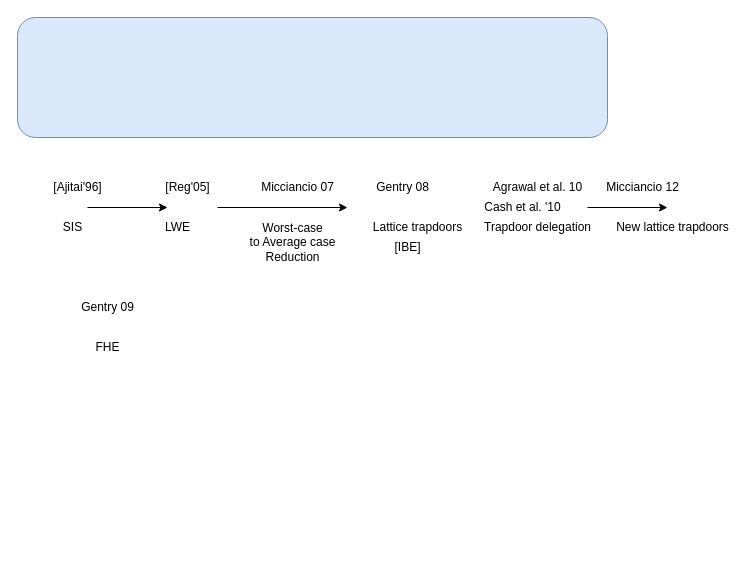
The draw.io diagram Milestone-in-Lattice-based-crypto.drawio in huyle84/diagrams, before the edit. Source tidied: cells renumbered, new cells numbered last; positions are measured from the earlier drawing's top-left corner, leaving out a move shared by most shapes. Both pictures are drawn from the tidied source at 100%, with x=0, y=0 at pixel (17, 17).
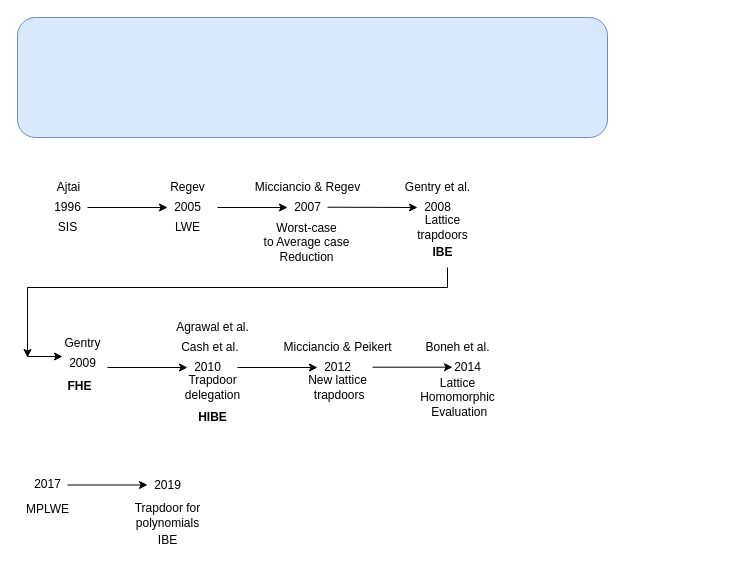
Above is the later version.

Change to the diagram source:
```diff
@@
-    <mxCell id="4" value="[Ajitai'96]" style="text;html=1;align=center;verticalAlign=middle;strokeColor=none;fillColor=none;" parent="1" vertex="1">
-      <mxGeometry x="30" y="160" width="60" height="20" as="geometry" />
+    <mxCell id="4" value="Ajtai" style="text;html=1;align=center;verticalAlign=middle;strokeColor=none;fillColor=none;" parent="1" vertex="1">
+      <mxGeometry x="31" y="160" width="40" height="20" as="geometry" />
     </mxCell>
     <mxCell id="5" value="SIS" style="text;html=1;align=center;verticalAlign=middle;strokeColor=none;fillColor=none;" parent="1" vertex="1">
-      <mxGeometry x="40" y="200" width="30" height="20" as="geometry" />
+      <mxGeometry x="35" y="200" width="30" height="20" as="geometry" />
     </mxCell>
     <mxCell id="6" style="endArrow=classic;html=1;rounded=0;" parent="1" edge="1">
       <mxGeometry relative="1" as="geometry">
         <mxPoint x="200" y="190" as="sourcePoint" />
-        <mxPoint x="330" y="190" as="targetPoint" />
+        <mxPoint x="270" y="190" as="targetPoint" />
       </mxGeometry>
     </mxCell>
-    <mxCell id="7" value="[Reg'05]" style="text;html=1;align=center;verticalAlign=middle;strokeColor=none;fillColor=none;" parent="1" vertex="1">
-      <mxGeometry x="140" y="160" width="60" height="20" as="geometry" />
+    <mxCell id="7" value="Regev" style="text;html=1;align=center;verticalAlign=middle;strokeColor=none;fillColor=none;" parent="1" vertex="1">
+      <mxGeometry x="145" y="160" width="50" height="20" as="geometry" />
     </mxCell>
     <mxCell id="8" value="LWE" style="text;html=1;align=center;verticalAlign=middle;strokeColor=none;fillColor=none;" parent="1" vertex="1">
-      <mxGeometry x="140" y="200" width="40" height="20" as="geometry" />
+      <mxGeometry x="150" y="200" width="40" height="20" as="geometry" />
     </mxCell>
-    <mxCell id="9" value="Gentry 08" style="text;html=1;align=center;verticalAlign=middle;strokeColor=none;fillColor=none;" parent="1" vertex="1">
-      <mxGeometry x="350" y="160" width="70" height="20" as="geometry" />
+    <mxCell id="9" value="Gentry et al." style="text;html=1;align=center;verticalAlign=middle;strokeColor=none;fillColor=none;" parent="1" vertex="1">
+      <mxGeometry x="380" y="160" width="80" height="20" as="geometry" />
     </mxCell>
+    <mxCell id="22" style="edgeStyle=orthogonalEdgeStyle;rounded=0;orthogonalLoop=1;jettySize=auto;html=1;" parent="1" edge="1">
+      <mxGeometry relative="1" as="geometry">
+        <mxPoint x="430" y="250" as="sourcePoint" />
+        <mxPoint x="10" y="340" as="targetPoint" />
+        <Array as="points">
+          <mxPoint x="430" y="270" />
+          <mxPoint x="10" y="270" />
+        </Array>
+      </mxGeometry>
+    </mxCell>
-    <mxCell id="10" value="Lattice trapdoors" style="text;html=1;align=center;verticalAlign=middle;strokeColor=none;fillColor=none;" parent="1" vertex="1">
-      <mxGeometry x="350" y="200" width="100" height="20" as="geometry" />
+    <mxCell id="10" value="Lattice &lt;br&gt;trapdoors" style="text;html=1;align=center;verticalAlign=middle;strokeColor=none;fillColor=none;" parent="1" vertex="1">
+      <mxGeometry x="390" y="195" width="70" height="30" as="geometry" />
     </mxCell>
-    <mxCell id="11" value="Micciancio 12" style="text;html=1;align=center;verticalAlign=middle;strokeColor=none;fillColor=none;" parent="1" vertex="1">
-      <mxGeometry x="580" y="160" width="90" height="20" as="geometry" />
+    <mxCell id="11" value="Micciancio &amp;amp; Peikert&lt;br&gt;" style="text;html=1;align=center;verticalAlign=middle;strokeColor=none;fillColor=none;" parent="1" vertex="1">
+      <mxGeometry x="260" y="320" width="120" height="20" as="geometry" />
     </mxCell>
-    <mxCell id="12" value="New lattice trapdoors" style="text;html=1;align=center;verticalAlign=middle;strokeColor=none;fillColor=none;" parent="1" vertex="1">
-      <mxGeometry x="590" y="200" width="130" height="20" as="geometry" />
+    <mxCell id="12" value="New lattice&lt;br&gt;&amp;nbsp;trapdoors" style="text;html=1;align=center;verticalAlign=middle;strokeColor=none;fillColor=none;" parent="1" vertex="1">
+      <mxGeometry x="285" y="355" width="70" height="30" as="geometry" />
     </mxCell>
     <mxCell id="13" style="endArrow=classic;html=1;rounded=0;" parent="1" edge="1">
       <mxGeometry relative="1" as="geometry">
-        <mxPoint x="570" y="190" as="sourcePoint" />
-        <mxPoint x="650" y="190" as="targetPoint" />
+        <mxPoint x="220" y="350" as="sourcePoint" />
+        <mxPoint x="300" y="350" as="targetPoint" />
       </mxGeometry>
     </mxCell>
-    <mxCell id="14" value="[IBE]" style="text;html=1;align=center;verticalAlign=middle;strokeColor=none;fillColor=none;" parent="1" vertex="1">
-      <mxGeometry x="370" y="220" width="40" height="20" as="geometry" />
+    <mxCell id="14" value="IBE" style="text;html=1;align=center;verticalAlign=middle;strokeColor=none;fillColor=none;fontStyle=1;" parent="1" vertex="1">
+      <mxGeometry x="405" y="225" width="40" height="20" as="geometry" />
     </mxCell>
-    <mxCell id="15" value="Micciancio 07" style="text;html=1;align=center;verticalAlign=middle;strokeColor=none;fillColor=none;" parent="1" vertex="1">
-      <mxGeometry x="235" y="160" width="90" height="20" as="geometry" />
+    <mxCell id="15" value="Micciancio &amp;amp; Regev" style="text;html=1;align=center;verticalAlign=middle;strokeColor=none;fillColor=none;" parent="1" vertex="1">
+      <mxGeometry x="230" y="160" width="120" height="20" as="geometry" />
     </mxCell>
     <mxCell id="16" value="Worst-case &lt;br&gt;to Average case&lt;br&gt;Reduction" style="text;html=1;align=center;verticalAlign=middle;strokeColor=none;fillColor=none;" parent="1" vertex="1">
-      <mxGeometry x="225" y="200" width="100" height="50" as="geometry" />
+      <mxGeometry x="239" y="200" width="100" height="50" as="geometry" />
     </mxCell>
-    <mxCell id="17" value="Agrawal et al. 10" style="text;html=1;align=center;verticalAlign=middle;strokeColor=none;fillColor=none;" parent="1" vertex="1">
-      <mxGeometry x="470" y="160" width="100" height="20" as="geometry" />
+    <mxCell id="17" value="Agrawal et al." style="text;html=1;align=center;verticalAlign=middle;strokeColor=none;fillColor=none;" parent="1" vertex="1">
+      <mxGeometry x="150" y="300" width="90" height="20" as="geometry" />
     </mxCell>
-    <mxCell id="18" value="Trapdoor delegation" style="text;html=1;align=center;verticalAlign=middle;strokeColor=none;fillColor=none;" parent="1" vertex="1">
-      <mxGeometry x="460" y="200" width="120" height="20" as="geometry" />
+    <mxCell id="18" value="Trapdoor &lt;br&gt;delegation" style="text;html=1;align=center;verticalAlign=middle;strokeColor=none;fillColor=none;" parent="1" vertex="1">
+      <mxGeometry x="160" y="355" width="70" height="30" as="geometry" />
     </mxCell>
-    <mxCell id="19" value="Cash et al. '10" style="text;html=1;align=center;verticalAlign=middle;strokeColor=none;fillColor=none;" parent="1" vertex="1">
-      <mxGeometry x="460" y="180" width="90" height="20" as="geometry" />
+    <mxCell id="19" value="Cash et al.&amp;nbsp;" style="text;html=1;align=center;verticalAlign=middle;strokeColor=none;fillColor=none;" parent="1" vertex="1">
+      <mxGeometry x="154" y="320" width="80" height="20" as="geometry" />
     </mxCell>
-    <mxCell id="20" value="Gentry 09" style="text;html=1;align=center;verticalAlign=middle;strokeColor=none;fillColor=none;" parent="1" vertex="1">
-      <mxGeometry x="55" y="280" width="70" height="20" as="geometry" />
+    <mxCell id="20" value="Gentry" style="text;html=1;align=center;verticalAlign=middle;strokeColor=none;fillColor=none;" parent="1" vertex="1">
+      <mxGeometry x="40" y="316" width="50" height="20" as="geometry" />
     </mxCell>
-    <mxCell id="21" value="FHE" style="text;html=1;align=center;verticalAlign=middle;strokeColor=none;fillColor=none;" parent="1" vertex="1">
-      <mxGeometry x="70" y="320" width="40" height="20" as="geometry" />
+    <mxCell id="21" value="FHE" style="text;html=1;align=center;verticalAlign=middle;strokeColor=none;fillColor=none;fontStyle=1;" parent="1" vertex="1">
+      <mxGeometry x="42" y="359" width="40" height="20" as="geometry" />
     </mxCell>
+    <mxCell id="23" style="endArrow=classic;html=1;rounded=0;" parent="1" edge="1">
+      <mxGeometry relative="1" as="geometry">
+        <mxPoint x="10" y="339" as="sourcePoint" />
+        <mxPoint x="45" y="339" as="targetPoint" />
+      </mxGeometry>
+    </mxCell>
+    <mxCell id="24" style="endArrow=classic;html=1;rounded=0;" parent="1" edge="1">
+      <mxGeometry relative="1" as="geometry">
+        <mxPoint x="310" y="189.7" as="sourcePoint" />
+        <mxPoint x="400" y="190" as="targetPoint" />
+      </mxGeometry>
+    </mxCell>
+    <mxCell id="25" value="1996" style="text;html=1;align=center;verticalAlign=middle;strokeColor=none;fillColor=none;" parent="1" vertex="1">
+      <mxGeometry x="30" y="180" width="40" height="20" as="geometry" />
+    </mxCell>
+    <mxCell id="26" value="2005" style="text;html=1;align=center;verticalAlign=middle;strokeColor=none;fillColor=none;" parent="1" vertex="1">
+      <mxGeometry x="150" y="180" width="40" height="20" as="geometry" />
+    </mxCell>
+    <mxCell id="27" value="2007" style="text;html=1;align=center;verticalAlign=middle;strokeColor=none;fillColor=none;" parent="1" vertex="1">
+      <mxGeometry x="270" y="180" width="40" height="20" as="geometry" />
+    </mxCell>
+    <mxCell id="28" value="2008" style="text;html=1;align=center;verticalAlign=middle;strokeColor=none;fillColor=none;" parent="1" vertex="1">
+      <mxGeometry x="400" y="180" width="40" height="20" as="geometry" />
+    </mxCell>
+    <mxCell id="29" value="2010" style="text;html=1;align=center;verticalAlign=middle;strokeColor=none;fillColor=none;" parent="1" vertex="1">
+      <mxGeometry x="170" y="340" width="40" height="20" as="geometry" />
+    </mxCell>
+    <mxCell id="30" value="HIBE" style="text;html=1;align=center;verticalAlign=middle;strokeColor=none;fillColor=none;fontStyle=1;" parent="1" vertex="1">
+      <mxGeometry x="175" y="390" width="40" height="20" as="geometry" />
+    </mxCell>
+    <mxCell id="31" value="2012" style="text;html=1;align=center;verticalAlign=middle;strokeColor=none;fillColor=none;" parent="1" vertex="1">
+      <mxGeometry x="300" y="340" width="40" height="20" as="geometry" />
+    </mxCell>
+    <mxCell id="32" style="endArrow=classic;html=1;rounded=0;" parent="1" edge="1">
+      <mxGeometry relative="1" as="geometry">
+        <mxPoint x="355" y="349.7" as="sourcePoint" />
+        <mxPoint x="435" y="349.7" as="targetPoint" />
+        <Array as="points">
+          <mxPoint x="425" y="349.7" />
+        </Array>
+      </mxGeometry>
+    </mxCell>
+    <mxCell id="33" value="2014" style="text;html=1;align=center;verticalAlign=middle;strokeColor=none;fillColor=none;" parent="1" vertex="1">
+      <mxGeometry x="430" y="340" width="40" height="20" as="geometry" />
+    </mxCell>
+    <mxCell id="34" value="Boneh et al." style="text;html=1;align=center;verticalAlign=middle;strokeColor=none;fillColor=none;" parent="1" vertex="1">
+      <mxGeometry x="400" y="320" width="80" height="20" as="geometry" />
+    </mxCell>
+    <mxCell id="35" value="Lattice &lt;br&gt;Homomorphic&lt;br&gt;&amp;nbsp;Evaluation" style="text;html=1;align=center;verticalAlign=middle;strokeColor=none;fillColor=none;" parent="1" vertex="1">
+      <mxGeometry x="395" y="355" width="90" height="50" as="geometry" />
+    </mxCell>
+    <mxCell id="36" value="2009" style="text;html=1;align=center;verticalAlign=middle;strokeColor=none;fillColor=none;" parent="1" vertex="1">
+      <mxGeometry x="45" y="336" width="40" height="20" as="geometry" />
+    </mxCell>
+    <mxCell id="37" style="endArrow=classic;html=1;rounded=0;" parent="1" edge="1">
+      <mxGeometry relative="1" as="geometry">
+        <mxPoint x="90" y="350" as="sourcePoint" />
+        <mxPoint x="170" y="350" as="targetPoint" />
+      </mxGeometry>
+    </mxCell>
+    <mxCell id="38" value="2019" style="text;html=1;align=center;verticalAlign=middle;strokeColor=none;fillColor=none;" parent="1" vertex="1">
+      <mxGeometry x="130" y="458" width="40" height="20" as="geometry" />
+    </mxCell>
+    <mxCell id="39" value="Trapdoor for &lt;br&gt;polynomials" style="text;html=1;align=center;verticalAlign=middle;strokeColor=none;fillColor=none;" parent="1" vertex="1">
+      <mxGeometry x="110" y="483" width="80" height="30" as="geometry" />
+    </mxCell>
+    <mxCell id="40" value="IBE" style="text;html=1;align=center;verticalAlign=middle;strokeColor=none;fillColor=none;" parent="1" vertex="1">
+      <mxGeometry x="135" y="513" width="30" height="20" as="geometry" />
+    </mxCell>
+    <mxCell id="41" value="2017" style="text;html=1;align=center;verticalAlign=middle;strokeColor=none;fillColor=none;" parent="1" vertex="1">
+      <mxGeometry x="10" y="457" width="40" height="20" as="geometry" />
+    </mxCell>
+    <mxCell id="42" value="MPLWE" style="text;html=1;align=center;verticalAlign=middle;strokeColor=none;fillColor=none;" parent="1" vertex="1">
+      <mxGeometry y="482" width="60" height="20" as="geometry" />
+    </mxCell>
+    <mxCell id="43" style="endArrow=classic;html=1;rounded=0;" parent="1" edge="1">
+      <mxGeometry relative="1" as="geometry">
+        <mxPoint x="50" y="467.5" as="sourcePoint" />
+        <mxPoint x="130" y="467.5" as="targetPoint" />
+        <Array as="points">
+          <mxPoint x="120" y="467.5" />
+        </Array>
+      </mxGeometry>
+    </mxCell>
```
